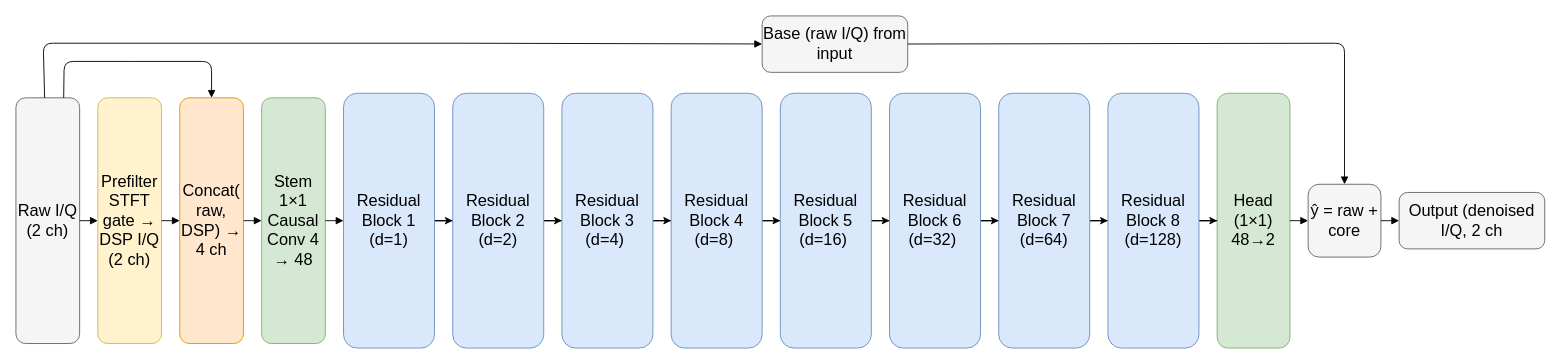
The draw.io diagram figures/tcn_architecture.drawio in Niclasapdk/es7_project, before the edit. Source tidied: cells renumbered, new cells numbered last; positions are measured from the earlier drawing's top-left corner, leaving out a move shared by most shapes. Both pictures are drawn from the tidied source at 91%, with x=0, y=0 at pixel (15, 15).
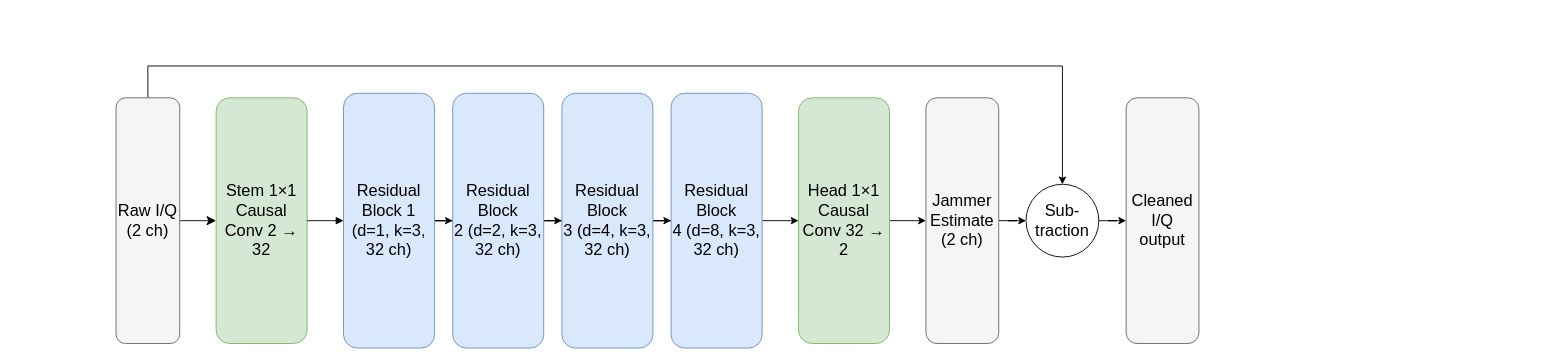
After the change.

Change to the diagram source:
```diff
@@
+    <mxCell id="35" style="edgeStyle=none;curved=1;rounded=0;jettySize=auto;html=1;entryX=0;entryY=0.5;entryDx=0;entryDy=0;fontSize=12;startSize=8;endSize=8;" parent="1" edge="1" source="2" target="8">
+      <mxGeometry relative="1" as="geometry" />
+    </mxCell>
+    <mxCell id="36" style="edgeStyle=orthogonalEdgeStyle;rounded=0;jettySize=auto;html=1;entryX=0.5;entryY=0;entryDx=0;entryDy=0;" parent="1" edge="1" source="2" target="42">
+      <mxGeometry relative="1" as="geometry">
+        <Array as="points">
+          <mxPoint x="145" y="55" />
+          <mxPoint x="1150" y="55" />
+        </Array>
+      </mxGeometry>
+    </mxCell>
     <mxCell id="2" value="&lt;font style=&quot;font-size: 18px;&quot;&gt;Raw I/Q (2 ch)&lt;/font&gt;" style="rounded=1;whiteSpace=wrap;html=1;strokeWidth=1;fillColor=#f5f5f5;strokeColor=#666666;" parent="1" vertex="1">
-      <mxGeometry y="90" width="70" height="270" as="geometry" />
+      <mxGeometry x="110" y="90" width="70" height="270" as="geometry" />
     </mxCell>
-    <mxCell id="3" value="&lt;font style=&quot;font-size: 18px;&quot;&gt;Prefilter STFT gate → DSP I/Q (2 ch)&lt;/font&gt;" style="rounded=1;whiteSpace=wrap;html=1;strokeWidth=1;fillColor=#fff2cc;strokeColor=#d6b656;" parent="1" vertex="1">
-      <mxGeometry x="90" y="90" width="70" height="270" as="geometry" />
-    </mxCell>
-    <mxCell id="4" value="&lt;font style=&quot;font-size: 18px;&quot;&gt;Concat( raw, DSP) → 4 ch&lt;/font&gt;" style="rounded=1;whiteSpace=wrap;html=1;strokeWidth=1;fillColor=#ffe6cc;strokeColor=#d79b00;" parent="1" vertex="1">
-      <mxGeometry x="180" y="90" width="70" height="270" as="geometry" />
-    </mxCell>
-    <mxCell id="5" style="endArrow=block;endFill=1;" parent="1" edge="1" source="2" target="3">
-      <mxGeometry relative="1" as="geometry" />
-    </mxCell>
-    <mxCell id="6" style="endArrow=block;endFill=1;" parent="1" edge="1" source="3" target="4">
-      <mxGeometry relative="1" as="geometry" />
-    </mxCell>
-    <mxCell id="7" style="endArrow=block;endFill=1;exitX=0.75;exitY=0;exitDx=0;exitDy=0;entryX=0.5;entryY=0;entryDx=0;entryDy=0;" parent="1" edge="1" source="2" target="4">
-      <mxGeometry relative="1" as="geometry">
-        <Array as="points">
-          <mxPoint x="53" y="50" />
-          <mxPoint x="120" y="50" />
-          <mxPoint x="215" y="50" />
-        </Array>
-      </mxGeometry>
-    </mxCell>
-    <mxCell id="8" value="&lt;font style=&quot;font-size: 18px;&quot;&gt;Stem 1×1 Causal Conv 4 → 48&lt;/font&gt;" style="rounded=1;whiteSpace=wrap;html=1;strokeWidth=1;fillColor=#d5e8d4;strokeColor=#82b366;" parent="1" vertex="1">
-      <mxGeometry x="270" y="90" width="70" height="270" as="geometry" />
+    <mxCell id="8" value="&lt;font style=&quot;font-size: 18px;&quot;&gt;Stem 1×1 Causal Conv 2 → 32&lt;/font&gt;" style="rounded=1;whiteSpace=wrap;html=1;strokeWidth=1;fillColor=#d5e8d4;strokeColor=#82b366;" parent="1" vertex="1">
+      <mxGeometry x="220" y="90" width="100" height="270" as="geometry" />
     </mxCell>
-    <mxCell id="9" style="endArrow=block;endFill=1;" parent="1" edge="1" source="4" target="8">
-      <mxGeometry relative="1" as="geometry" />
-    </mxCell>
@@
-    <mxCell id="11" value="&lt;font style=&quot;font-size: 18px;&quot;&gt;Residual Block 1 (d=1)&lt;/font&gt;" style="rounded=1;whiteSpace=wrap;html=1;strokeWidth=1;fillColor=#dae8fc;strokeColor=#6c8ebf;" parent="1" vertex="1">
+    <mxCell id="11" value="&lt;font style=&quot;font-size: 18px;&quot;&gt;Residual Block 1 (d=1, k=3, 32 ch)&lt;/font&gt;" style="rounded=1;whiteSpace=wrap;html=1;strokeWidth=1;fillColor=#dae8fc;strokeColor=#6c8ebf;" parent="1" vertex="1">
       <mxGeometry x="360" y="85" width="100" height="280" as="geometry" />
     </mxCell>
@@
-    <mxCell id="13" value="&lt;font style=&quot;font-size: 18px;&quot;&gt;Head (1×1) 48→2&lt;/font&gt;" style="rounded=1;whiteSpace=wrap;html=1;strokeWidth=1;fillColor=#d5e8d4;strokeColor=#82b366;" parent="1" vertex="1">
-      <mxGeometry x="1320" y="85" width="80" height="280" as="geometry" />
-    </mxCell>
-    <mxCell id="14" value="&lt;font style=&quot;font-size: 18px;&quot;&gt;Base (raw I/Q) from input&lt;/font&gt;" style="rounded=1;whiteSpace=wrap;html=1;strokeWidth=1;fillColor=#f5f5f5;strokeColor=#666666;" parent="1" vertex="1">
-      <mxGeometry x="820" width="160" height="62" as="geometry" />
-    </mxCell>
-    <mxCell id="15" style="endArrow=block;endFill=1;" parent="1" edge="1" source="2" target="14">
-      <mxGeometry relative="1" as="geometry">
-        <Array as="points">
-          <mxPoint x="30" y="30" />
-          <mxPoint x="490" y="30" />
-        </Array>
-      </mxGeometry>
-    </mxCell>
-    <mxCell id="16" value="&lt;font style=&quot;font-size: 18px;&quot;&gt;ŷ = raw + core&lt;/font&gt;" style="rounded=1;whiteSpace=wrap;html=1;strokeWidth=1;fillColor=#f5f5f5;strokeColor=#666666;" parent="1" vertex="1">
-      <mxGeometry x="1420" y="185" width="80" height="80" as="geometry" />
-    </mxCell>
-    <mxCell id="17" style="endArrow=block;endFill=1;" parent="1" edge="1" source="13" target="16">
-      <mxGeometry relative="1" as="geometry" />
-    </mxCell>
-    <mxCell id="18" style="endArrow=block;endFill=1;" parent="1" edge="1" source="14" target="16">
-      <mxGeometry relative="1" as="geometry">
-        <Array as="points">
-          <mxPoint x="1460" y="30" />
-        </Array>
-      </mxGeometry>
-    </mxCell>
-    <mxCell id="19" value="&lt;font style=&quot;font-size: 18px;&quot;&gt;Output (denoised I/Q, 2 ch&lt;/font&gt;" style="rounded=1;whiteSpace=wrap;html=1;strokeWidth=1;fillColor=#f5f5f5;strokeColor=#666666;" parent="1" vertex="1">
-      <mxGeometry x="1520" y="194" width="160" height="62" as="geometry" />
-    </mxCell>
-    <mxCell id="20" style="endArrow=block;endFill=1;" parent="1" edge="1" source="16" target="19">
-      <mxGeometry relative="1" as="geometry" />
-    </mxCell>
@@
-    <mxCell id="22" value="&lt;font style=&quot;font-size: 18px;&quot;&gt;Residual Block 2 (d=2)&lt;/font&gt;" style="rounded=1;whiteSpace=wrap;html=1;strokeWidth=1;fillColor=#dae8fc;strokeColor=#6c8ebf;" parent="1" vertex="1">
+    <mxCell id="22" value="&lt;font style=&quot;font-size: 18px;&quot;&gt;Residual Block 2&amp;nbsp;&lt;/font&gt;&lt;font style=&quot;font-size: 18px;&quot;&gt;(d=2, k=3, 32 ch)&lt;/font&gt;" style="rounded=1;whiteSpace=wrap;html=1;strokeWidth=1;fillColor=#dae8fc;strokeColor=#6c8ebf;" parent="1" vertex="1">
       <mxGeometry x="480" y="85" width="100" height="280" as="geometry" />
     </mxCell>
@@
-    <mxCell id="24" value="&lt;font style=&quot;font-size: 18px;&quot;&gt;Residual Block 3 (d=4)&amp;nbsp;&lt;/font&gt;" style="rounded=1;whiteSpace=wrap;html=1;strokeWidth=1;fillColor=#dae8fc;strokeColor=#6c8ebf;" parent="1" vertex="1">
+    <mxCell id="24" value="&lt;font style=&quot;font-size: 18px;&quot;&gt;Residual Block 3&amp;nbsp;&lt;/font&gt;&lt;font style=&quot;font-size: 18px;&quot;&gt;(d=4, k=3, 32 ch)&lt;/font&gt;" style="rounded=1;whiteSpace=wrap;html=1;strokeWidth=1;fillColor=#dae8fc;strokeColor=#6c8ebf;" parent="1" vertex="1">
       <mxGeometry x="600" y="85" width="100" height="280" as="geometry" />
     </mxCell>
-    <mxCell id="25" style="edgeStyle=orthogonalEdgeStyle;rounded=0;jettySize=auto;html=1;entryX=0;entryY=0.5;entryDx=0;entryDy=0;" parent="1" edge="1" source="26" target="28">
+    <mxCell id="25" style="edgeStyle=orthogonalEdgeStyle;rounded=0;jettySize=auto;html=1;entryX=0;entryY=0.5;entryDx=0;entryDy=0;" parent="1" edge="1" source="26" target="38">
       <mxGeometry relative="1" as="geometry" />
     </mxCell>
-    <mxCell id="26" value="&lt;font style=&quot;font-size: 18px;&quot;&gt;Residual Block 4 (d=8)&amp;nbsp;&lt;/font&gt;" style="rounded=1;whiteSpace=wrap;html=1;strokeWidth=1;fillColor=#dae8fc;strokeColor=#6c8ebf;" parent="1" vertex="1">
+    <mxCell id="26" value="&lt;font style=&quot;font-size: 18px;&quot;&gt;Residual Block 4&amp;nbsp;&lt;/font&gt;&lt;font style=&quot;font-size: 18px;&quot;&gt;(d=8, k=3, 32 ch)&lt;/font&gt;" style="rounded=1;whiteSpace=wrap;html=1;strokeWidth=1;fillColor=#dae8fc;strokeColor=#6c8ebf;" parent="1" vertex="1">
       <mxGeometry x="720" y="85" width="100" height="280" as="geometry" />
     </mxCell>
-    <mxCell id="27" style="edgeStyle=orthogonalEdgeStyle;rounded=0;jettySize=auto;html=1;entryX=0;entryY=0.5;entryDx=0;entryDy=0;" parent="1" edge="1" source="28" target="30">
-      <mxGeometry relative="1" as="geometry" />
-    </mxCell>
-    <mxCell id="28" value="&lt;font style=&quot;font-size: 18px;&quot;&gt;Residual Block 5 (d=16)&amp;nbsp;&lt;/font&gt;" style="rounded=1;whiteSpace=wrap;html=1;strokeWidth=1;fillColor=#dae8fc;strokeColor=#6c8ebf;" parent="1" vertex="1">
-      <mxGeometry x="840" y="85" width="100" height="280" as="geometry" />
-    </mxCell>
-    <mxCell id="29" style="edgeStyle=orthogonalEdgeStyle;rounded=0;jettySize=auto;html=1;entryX=0;entryY=0.5;entryDx=0;entryDy=0;" parent="1" edge="1" source="30" target="32">
-      <mxGeometry relative="1" as="geometry" />
-    </mxCell>
-    <mxCell id="30" value="&lt;font style=&quot;font-size: 18px;&quot;&gt;Residual Block 6 (d=32)&amp;nbsp;&lt;/font&gt;" style="rounded=1;whiteSpace=wrap;html=1;strokeWidth=1;fillColor=#dae8fc;strokeColor=#6c8ebf;" parent="1" vertex="1">
-      <mxGeometry x="960" y="85" width="100" height="280" as="geometry" />
-    </mxCell>
-    <mxCell id="31" style="edgeStyle=orthogonalEdgeStyle;rounded=0;jettySize=auto;html=1;entryX=0;entryY=0.5;entryDx=0;entryDy=0;" parent="1" edge="1" source="32" target="34">
-      <mxGeometry relative="1" as="geometry" />
-    </mxCell>
-    <mxCell id="32" value="&lt;font style=&quot;font-size: 18px;&quot;&gt;Residual Block 7 (d=64)&lt;/font&gt;" style="rounded=1;whiteSpace=wrap;html=1;strokeWidth=1;fillColor=#dae8fc;strokeColor=#6c8ebf;" parent="1" vertex="1">
-      <mxGeometry x="1080" y="85" width="100" height="280" as="geometry" />
-    </mxCell>
-    <mxCell id="33" style="edgeStyle=orthogonalEdgeStyle;rounded=0;jettySize=auto;html=1;entryX=0;entryY=0.5;entryDx=0;entryDy=0;" parent="1" edge="1" source="34" target="13">
-      <mxGeometry relative="1" as="geometry" />
-    </mxCell>
-    <mxCell id="34" value="&lt;font style=&quot;font-size: 18px;&quot;&gt;Residual Block 8 (d=128)&lt;/font&gt;" style="rounded=1;whiteSpace=wrap;html=1;strokeWidth=1;fillColor=#dae8fc;strokeColor=#6c8ebf;" parent="1" vertex="1">
-      <mxGeometry x="1200" y="85" width="100" height="280" as="geometry" />
-    </mxCell>
+    <mxCell id="37" style="edgeStyle=orthogonalEdgeStyle;rounded=0;jettySize=auto;html=1;entryX=0;entryY=0.5;entryDx=0;entryDy=0;" parent="1" edge="1" source="38" target="40">
+      <mxGeometry relative="1" as="geometry" />
+    </mxCell>
+    <mxCell id="38" value="&lt;font style=&quot;font-size: 18px;&quot;&gt;Head 1×1 Causal Conv 32 → 2&lt;/font&gt;" style="rounded=1;whiteSpace=wrap;html=1;strokeWidth=1;fillColor=#d5e8d4;strokeColor=#82b366;" parent="1" vertex="1">
+      <mxGeometry x="860" y="90" width="100" height="270" as="geometry" />
+    </mxCell>
+    <mxCell id="39" style="edgeStyle=orthogonalEdgeStyle;rounded=0;jettySize=auto;html=1;entryX=0;entryY=0.5;entryDx=0;entryDy=0;" parent="1" edge="1" source="40" target="42">
+      <mxGeometry relative="1" as="geometry" />
+    </mxCell>
+    <mxCell id="40" value="&lt;font style=&quot;font-size: 18px;&quot;&gt;Jammer Estimate (2 ch)&lt;/font&gt;" style="rounded=1;whiteSpace=wrap;html=1;strokeWidth=1;fillColor=#f5f5f5;strokeColor=#666666;" parent="1" vertex="1">
+      <mxGeometry x="1000" y="90" width="80" height="270" as="geometry" />
+    </mxCell>
+    <mxCell id="41" style="edgeStyle=orthogonalEdgeStyle;rounded=0;jettySize=auto;html=1;entryX=0;entryY=0.5;entryDx=0;entryDy=0;" parent="1" edge="1" source="42" target="43">
+      <mxGeometry relative="1" as="geometry" />
+    </mxCell>
+    <mxCell id="42" value="&lt;font style=&quot;font-size: 18px;&quot;&gt;Sub-traction&lt;/font&gt;" style="ellipse;whiteSpace=wrap;html=1;" parent="1" vertex="1">
+      <mxGeometry x="1110" y="185" width="80" height="80" as="geometry" />
+    </mxCell>
+    <mxCell id="43" value="&lt;font style=&quot;font-size: 18px;&quot;&gt;Cleaned I/Q output&lt;/font&gt;" style="rounded=1;whiteSpace=wrap;html=1;strokeWidth=1;fillColor=#f5f5f5;strokeColor=#666666;" parent="1" vertex="1">
+      <mxGeometry x="1220" y="90" width="80" height="270" as="geometry" />
+    </mxCell>
```
